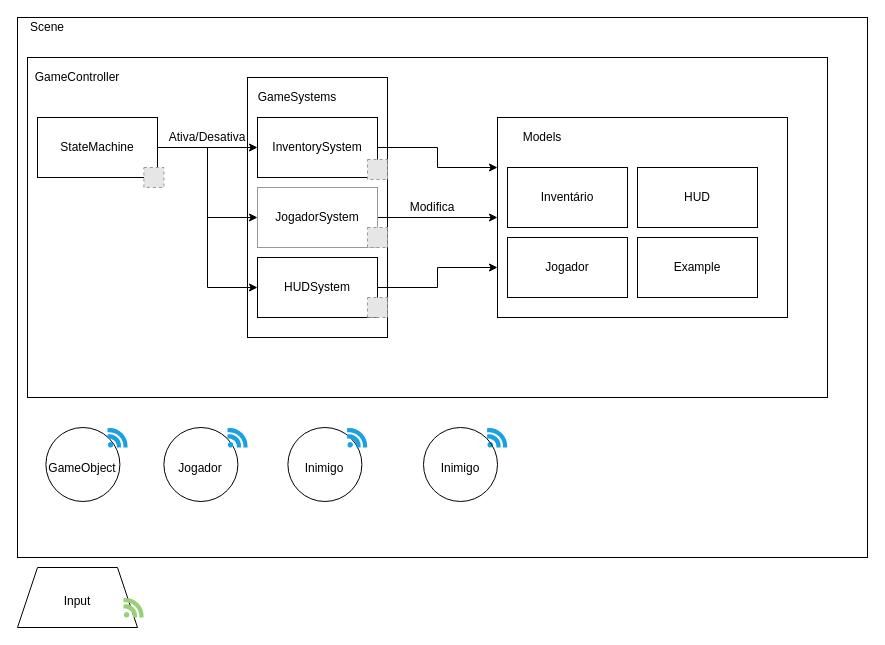
This is page "[HDL] PubSub" (4 of 5) of 1nnocent.drawio from Hollow-Ice-Studio/GitInitials, a draw.io file, before an edit. Source tidied: cells renumbered, new cells numbered last; positions are measured from the earlier drawing's top-left corner, leaving out a move shared by most shapes. Both pictures are drawn from the tidied source at 100%, with x=0, y=0 at pixel (17, 17). Pictures stored in the file or linked from it are replaced by grey dashed boxes.
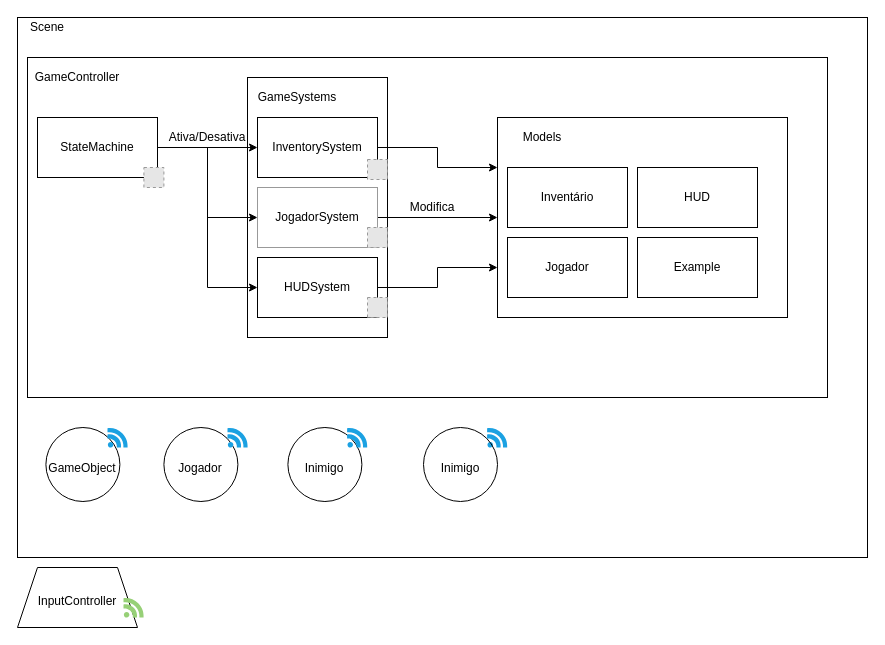
The same page after the edit.

The edit, as a diff of the source:
```diff
@@
-    <mxCell id="28" value="&lt;font style=&quot;font-size: 12px&quot;&gt;Input&lt;/font&gt;" style="shape=trapezoid;perimeter=trapezoidPerimeter;whiteSpace=wrap;html=1;fixedSize=1;labelBackgroundColor=none;strokeColor=#000000;fillColor=none;fontSize=24;fontColor=#000000;align=center;" parent="1" vertex="1">
+    <mxCell id="28" value="&lt;font style=&quot;font-size: 12px&quot;&gt;InputController&lt;/font&gt;" style="shape=trapezoid;perimeter=trapezoidPerimeter;whiteSpace=wrap;html=1;fixedSize=1;labelBackgroundColor=none;strokeColor=#000000;fillColor=none;fontSize=24;fontColor=#000000;align=center;" parent="1" vertex="1">
       <mxGeometry y="550" width="120" height="60" as="geometry" />
     </mxCell>
```
